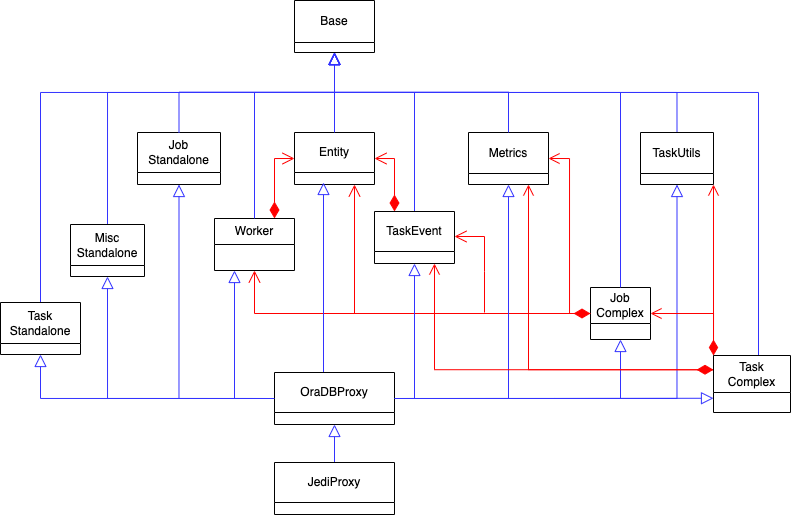
The draw.io diagram pandaserver/taskbuffer/db_proxy_mods/OraDBProxy_structure.png in PanDAWMS/panda-server, before a commit. Source tidied: cells renumbered, new cells last; positions are measured from the earlier drawing's top-left corner, leaving out a move shared by most shapes.
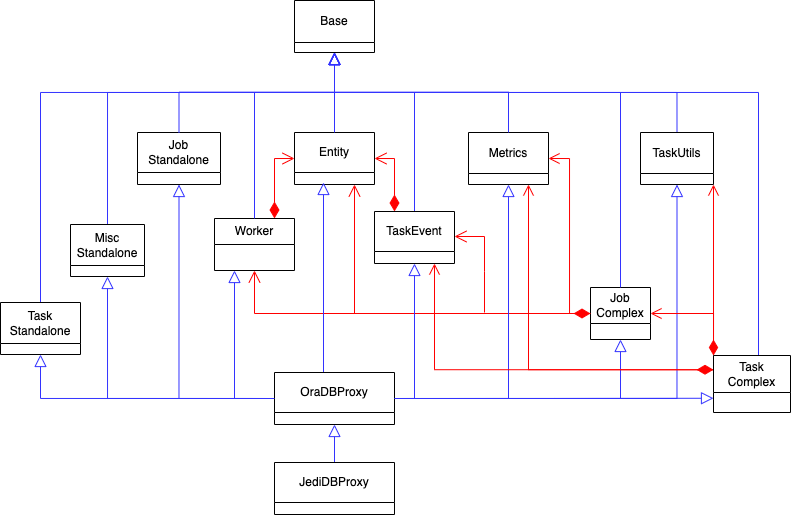
After the commit.

Commit message:
updated OraDBProxy class diagram

What changed in the source:
```diff
@@ -190,7 +190,7 @@
     <mxCell id="46" style="edgeStyle=orthogonalEdgeStyle;rounded=0;jettySize=auto;html=1;exitX=0.5;exitY=0;exitDx=0;exitDy=0;entryX=0.5;entryY=1;entryDx=0;entryDy=0;endArrow=block;endFill=0;endSize=10;strokeColor=light-dark(#3333FF,#FFFFFF);" parent="1" edge="1" source="47" target="27">
       <mxGeometry relative="1" as="geometry" />
     </mxCell>
-    <mxCell id="47" value="JediProxy" style="swimlane;fontStyle=0;horizontal=1;startSize=40;fillColor=none;whiteSpace=wrap;html=1;" parent="1" vertex="1">
+    <mxCell id="47" value="JediDBProxy" style="swimlane;fontStyle=0;horizontal=1;startSize=40;fillColor=none;whiteSpace=wrap;html=1;" parent="1" vertex="1">
       <mxGeometry x="274" y="462" width="120" height="52" as="geometry" />
     </mxCell>
   </root>
```
